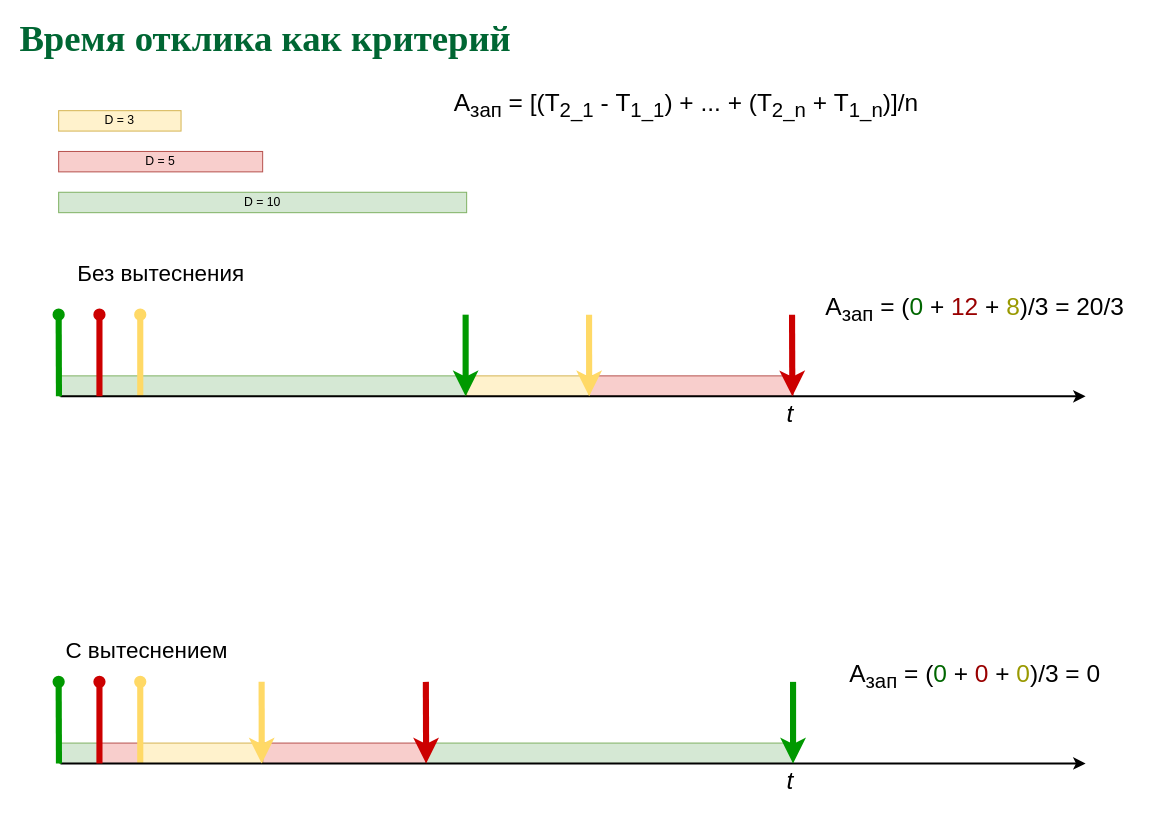
The draw.io diagram page "Latency" (13 of 25) of slides/sched.drawio in 77maxikov/os_course, before the edit. Source tidied: cells renumbered, new cells numbered last; positions are measured from the earlier drawing's top-left corner, leaving out a move shared by most shapes. Both pictures are drawn from the tidied source at 102%, with x=0, y=0 at pixel (17, 29).
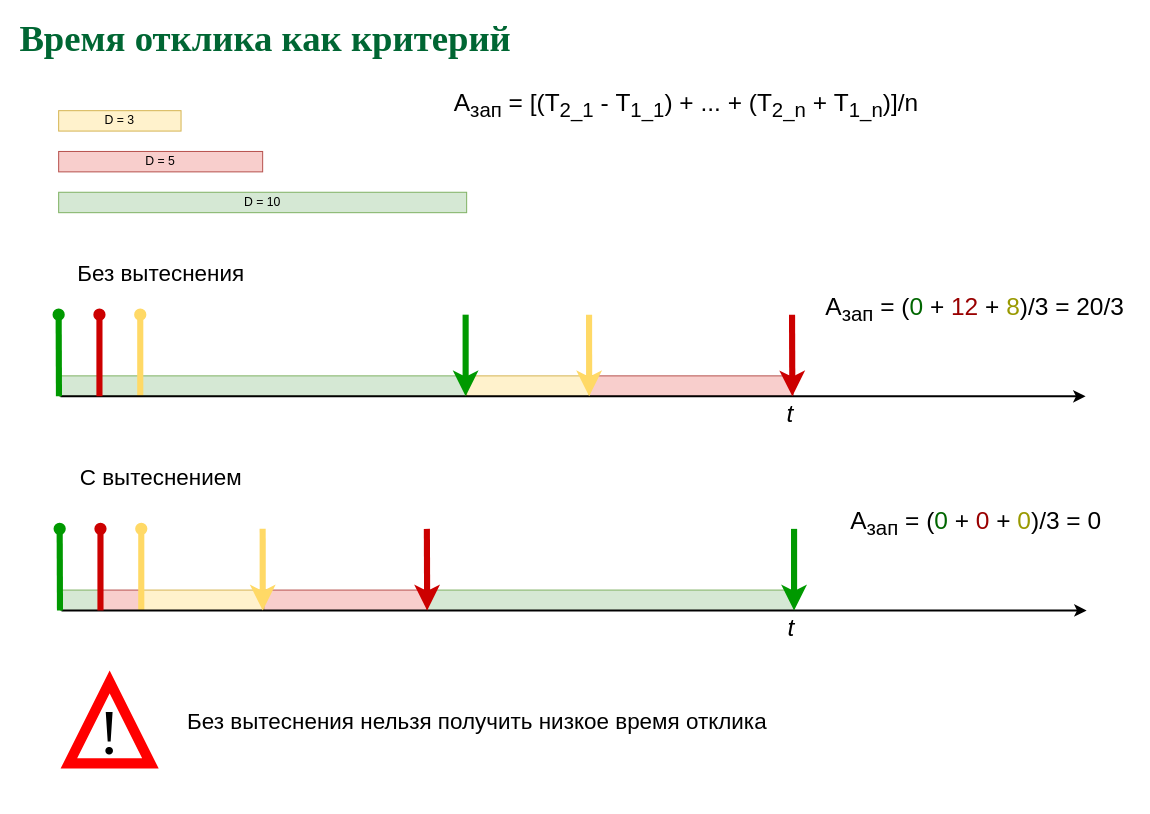
Above is the later version.

Change to the diagram source:
```diff
@@
     <mxCell id="2" style="rounded=0;whiteSpace=wrap;html=1;fillColor=#d5e8d4;strokeColor=#82b366;" parent="1" vertex="1">
-      <mxGeometry x="400" y="700" width="360" height="20" as="geometry" />
+      <mxGeometry x="401" y="550" width="360" height="20" as="geometry" />
     </mxCell>
     <mxCell id="3" style="rounded=0;whiteSpace=wrap;html=1;fillColor=#f8cecc;strokeColor=#b85450;" parent="1" vertex="1">
-      <mxGeometry x="240" y="700" width="160" height="20" as="geometry" />
+      <mxGeometry x="241" y="550" width="160" height="20" as="geometry" />
     </mxCell>
@@
     <mxCell id="9" style="rounded=0;whiteSpace=wrap;html=1;fillColor=#d5e8d4;strokeColor=#82b366;" parent="1" vertex="1">
-      <mxGeometry x="41" y="700" width="39" height="20" as="geometry" />
+      <mxGeometry x="42" y="550" width="39" height="20" as="geometry" />
     </mxCell>
     <mxCell id="10" style="rounded=0;whiteSpace=wrap;html=1;fillColor=#f8cecc;strokeColor=#b85450;" parent="1" vertex="1">
-      <mxGeometry x="80" y="700" width="40" height="20" as="geometry" />
+      <mxGeometry x="81" y="550" width="40" height="20" as="geometry" />
     </mxCell>
     <mxCell id="11" style="rounded=0;whiteSpace=wrap;html=1;fillColor=#fff2cc;strokeColor=#d6b656;" parent="1" vertex="1">
-      <mxGeometry x="120" y="700" width="120" height="20" as="geometry" />
+      <mxGeometry x="121" y="550" width="120" height="20" as="geometry" />
     </mxCell>
     <mxCell id="12" style="endArrow=oval;html=1;strokeWidth=6;endFill=1;strokeColor=#FFD966;" parent="1" edge="1">
       <mxGeometry relative="1" as="geometry">
-        <mxPoint x="120" y="720" as="sourcePoint" />
-        <mxPoint x="120" y="640" as="targetPoint" />
+        <mxPoint x="121" y="570" as="sourcePoint" />
+        <mxPoint x="121" y="490" as="targetPoint" />
       </mxGeometry>
     </mxCell>
     <mxCell id="13" style="endArrow=classic;html=1;strokeWidth=2;" parent="1" edge="1">
       <mxGeometry relative="1" as="geometry">
-        <mxPoint x="41.8" y="720" as="sourcePoint" />
-        <mxPoint x="1046.8" y="720" as="targetPoint" />
+        <mxPoint x="42.8" y="570" as="sourcePoint" />
+        <mxPoint x="1047.8" y="570" as="targetPoint" />
       </mxGeometry>
     </mxCell>
     <mxCell id="14" style="endArrow=oval;html=1;strokeWidth=6;strokeColor=#009900;endFill=1;" parent="1" edge="1">
       <mxGeometry relative="1" as="geometry">
-        <mxPoint x="40.3" y="720" as="sourcePoint" />
-        <mxPoint x="40" y="640" as="targetPoint" />
+        <mxPoint x="41.3" y="570" as="sourcePoint" />
+        <mxPoint x="41" y="490" as="targetPoint" />
       </mxGeometry>
     </mxCell>
     <mxCell id="15" value="&lt;i&gt;&lt;font style=&quot;font-size: 24px&quot;&gt;t&lt;/font&gt;&lt;/i&gt;" style="text;html=1;align=center;verticalAlign=middle;" parent="1" vertex="1">
-      <mxGeometry x="746.8" y="728" width="20" height="20" as="geometry" />
+      <mxGeometry x="747.8" y="578" width="20" height="20" as="geometry" />
     </mxCell>
     <mxCell id="16" style="endArrow=classic;html=1;strokeWidth=6;entryX=1;entryY=1;entryDx=0;entryDy=0;strokeColor=#FFD966;" parent="1" edge="1">
       <mxGeometry relative="1" as="geometry">
-        <mxPoint x="239" y="640" as="sourcePoint" />
-        <mxPoint x="239.1" y="720" as="targetPoint" />
+        <mxPoint x="240" y="490" as="sourcePoint" />
+        <mxPoint x="240.1" y="570" as="targetPoint" />
       </mxGeometry>
     </mxCell>
     <mxCell id="17" value="&lt;font style=&quot;font-size: 24px&quot;&gt;А&lt;sub&gt;зап&lt;/sub&gt;&amp;nbsp;= &lt;/font&gt;&lt;font style=&quot;font-size: 24px&quot;&gt;(&lt;font color=&quot;#006600&quot;&gt;0&lt;/font&gt;&lt;/font&gt;&lt;font style=&quot;font-size: 24px&quot;&gt;&lt;font style=&quot;font-size: 24px&quot;&gt;&amp;nbsp;&lt;/font&gt;&lt;span style=&quot;font-size: 24px&quot;&gt;+ &lt;font color=&quot;#990000&quot;&gt;0&amp;nbsp;&lt;/font&gt;+ &lt;font color=&quot;#999900&quot;&gt;0&lt;/font&gt;&lt;/span&gt;&lt;span style=&quot;font-size: 24px&quot;&gt;)/3 = 0&lt;/span&gt;&lt;/font&gt;" style="text;html=1;align=center;verticalAlign=middle;" parent="1" vertex="1">
-      <mxGeometry x="807.6" y="620" width="260" height="30" as="geometry" />
+      <mxGeometry x="808.6" y="470" width="260" height="30" as="geometry" />
     </mxCell>
     <mxCell id="18" style="endArrow=classic;html=1;strokeWidth=6;strokeColor=#009900;" parent="1" edge="1">
       <mxGeometry relative="1" as="geometry">
-        <mxPoint x="760" y="640" as="sourcePoint" />
-        <mxPoint x="760" y="720" as="targetPoint" />
+        <mxPoint x="761" y="490" as="sourcePoint" />
+        <mxPoint x="761" y="570" as="targetPoint" />
       </mxGeometry>
     </mxCell>
     <mxCell id="19" style="endArrow=classic;html=1;strokeWidth=6;strokeColor=#CC0000;" parent="1" edge="1">
       <mxGeometry relative="1" as="geometry">
-        <mxPoint x="400" y="640" as="sourcePoint" />
-        <mxPoint x="400.3" y="720" as="targetPoint" />
+        <mxPoint x="401" y="490" as="sourcePoint" />
+        <mxPoint x="401.3" y="570" as="targetPoint" />
       </mxGeometry>
     </mxCell>
     <mxCell id="20" style="endArrow=oval;html=1;strokeWidth=6;endFill=1;strokeColor=#CC0000;" parent="1" edge="1">
       <mxGeometry relative="1" as="geometry">
-        <mxPoint x="80" y="720" as="sourcePoint" />
-        <mxPoint x="80" y="640" as="targetPoint" />
+        <mxPoint x="81" y="570" as="sourcePoint" />
+        <mxPoint x="81" y="490" as="targetPoint" />
       </mxGeometry>
     </mxCell>
-    <mxCell id="21" value="&lt;font style=&quot;font-size: 22px&quot;&gt;С вытеснением&lt;/font&gt;" style="text;html=1;align=center;verticalAlign=middle;" parent="1" vertex="1">
-      <mxGeometry x="41" y="600" width="170" height="20" as="geometry" />
+    <mxCell id="21" value="&lt;font style=&quot;font-size: 22px&quot;&gt;Без вытеснения нельзя получить низкое время отклика&lt;/font&gt;" style="text;html=1;align=center;verticalAlign=middle;" parent="1" vertex="1">
+      <mxGeometry x="160" y="670" width="580" height="20" as="geometry" />
     </mxCell>
@@
+    <mxCell id="35" style="group;fontSize=28;rounded=0;" parent="1" vertex="1">
+      <mxGeometry x="50" y="640" width="80" height="80" as="geometry" />
+    </mxCell>
+    <mxCell id="36" style="endArrow=none;html=1;strokeWidth=10;strokeColor=#FF0000;jumpStyle=arc;rounded=0;fontSize=28;" parent="35" edge="1">
+      <mxGeometry relative="1" as="geometry">
+        <mxPoint x="40" y="80" as="sourcePoint" />
+        <mxPoint x="40" y="80" as="targetPoint" />
+        <Array as="points">
+          <mxPoint y="80" />
+          <mxPoint x="40" />
+          <mxPoint x="80" y="80" />
+        </Array>
+      </mxGeometry>
+    </mxCell>
+    <mxCell id="37" value="&lt;font style=&quot;font-size: 63px&quot;&gt;!&lt;/font&gt;" style="text;html=1;strokeColor=none;fillColor=none;align=center;verticalAlign=middle;whiteSpace=wrap;rounded=0;fontFamily=Times New Roman;fontSize=28;" parent="35" vertex="1">
+      <mxGeometry x="20" y="40" width="40" height="20" as="geometry" />
+    </mxCell>
+    <mxCell id="38" value="&lt;font style=&quot;font-size: 22px&quot;&gt;С вытеснением&lt;/font&gt;" style="text;html=1;align=center;verticalAlign=middle;" parent="1" vertex="1">
+      <mxGeometry x="55" y="430" width="170" height="20" as="geometry" />
+    </mxCell>
```
